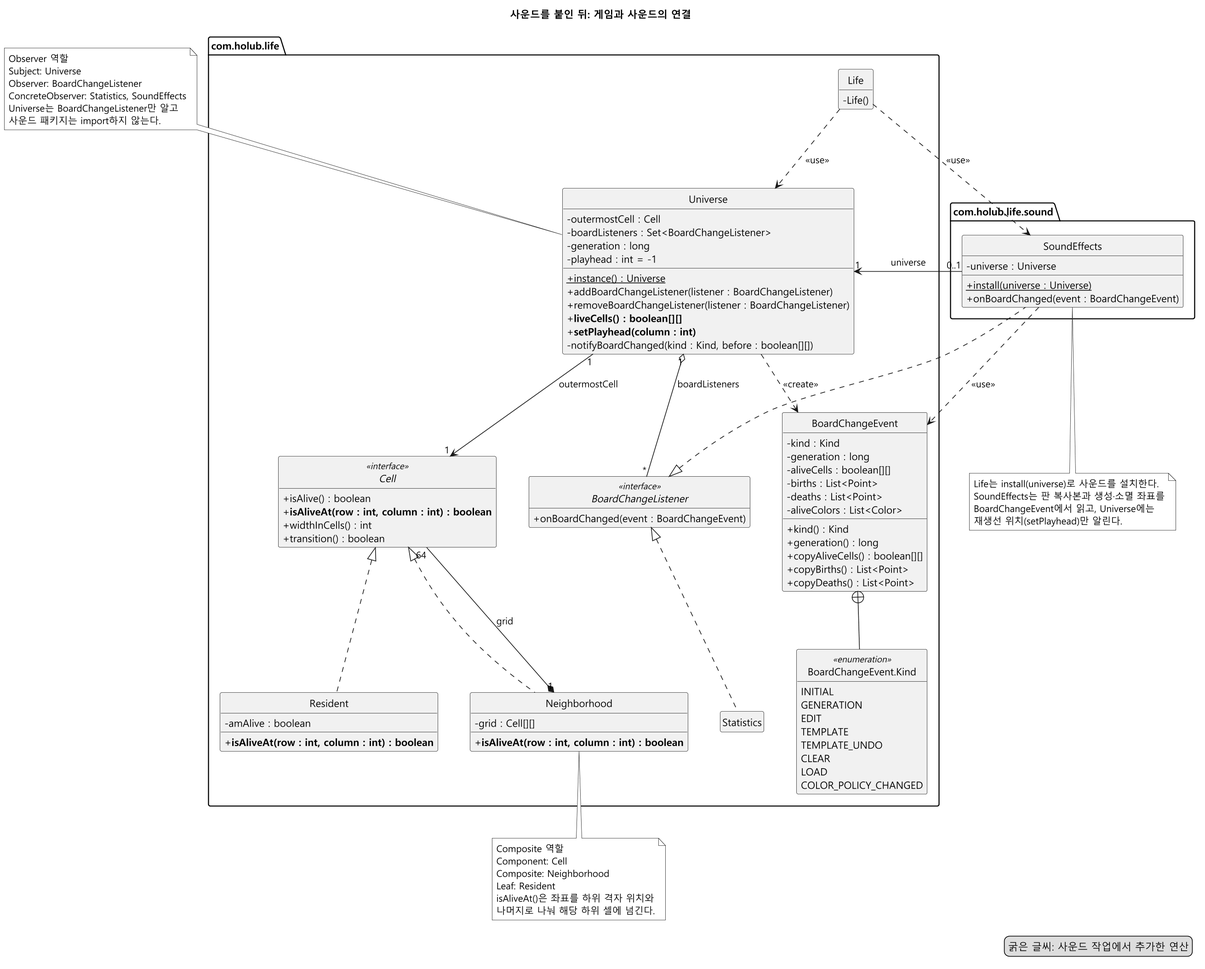
The PlantUML diagram docs/sound-effects/diagram/class-after.png in mckimR1972/DP_team_project, before a commit.
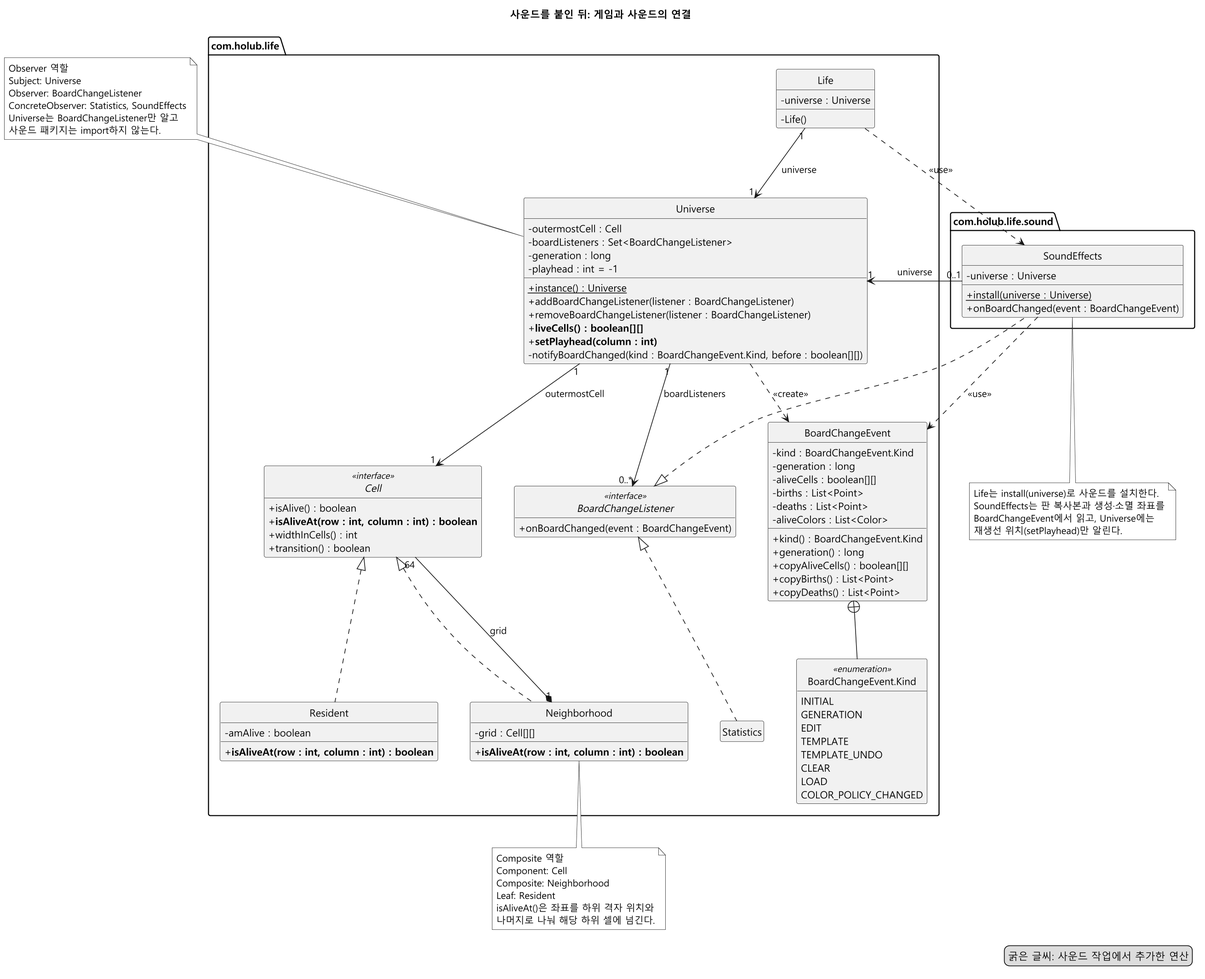
The same file after the commit.

Change to the diagram source:
```diff
@@ -14,6 +14,7 @@
 
 package "com.holub.life" {
   class Life {
+    - universe : Universe
     - Life()
   }
 
@@ -27,7 +28,7 @@
     + removeBoardChangeListener(listener : BoardChangeListener)
     + **liveCells() : boolean[][]**
     + **setPlayhead(column : int)**
-    - notifyBoardChanged(kind : Kind, before : boolean[][])
+    - notifyBoardChanged(kind : BoardChangeEvent.Kind, before : boolean[][])
   }
 
   interface BoardChangeListener <<interface>> {
@@ -35,13 +36,13 @@
   }
 
   class BoardChangeEvent {
-    - kind : Kind
+    - kind : BoardChangeEvent.Kind
     - generation : long
     - aliveCells : boolean[][]
     - births : List<Point>
     - deaths : List<Point>
     - aliveColors : List<Color>
-    + kind() : Kind
+    + kind() : BoardChangeEvent.Kind
     + generation() : long
     + copyAliveCells() : boolean[][]
     + copyBirths() : List<Point>
@@ -87,10 +88,10 @@
   }
 }
 
-Life ..> Universe : <<use>>
+Life "1" --> "1" Universe : universe
 Life ..> SoundEffects : <<use>>
 
-Universe "1" o-- "*" BoardChangeListener : boardListeners
+Universe "1" --> "0..*" BoardChangeListener : boardListeners
 Universe ..> BoardChangeEvent : <<create>>
 BoardChangeEvent +-- Kind
 BoardChangeListener <|.. Statistics
```
